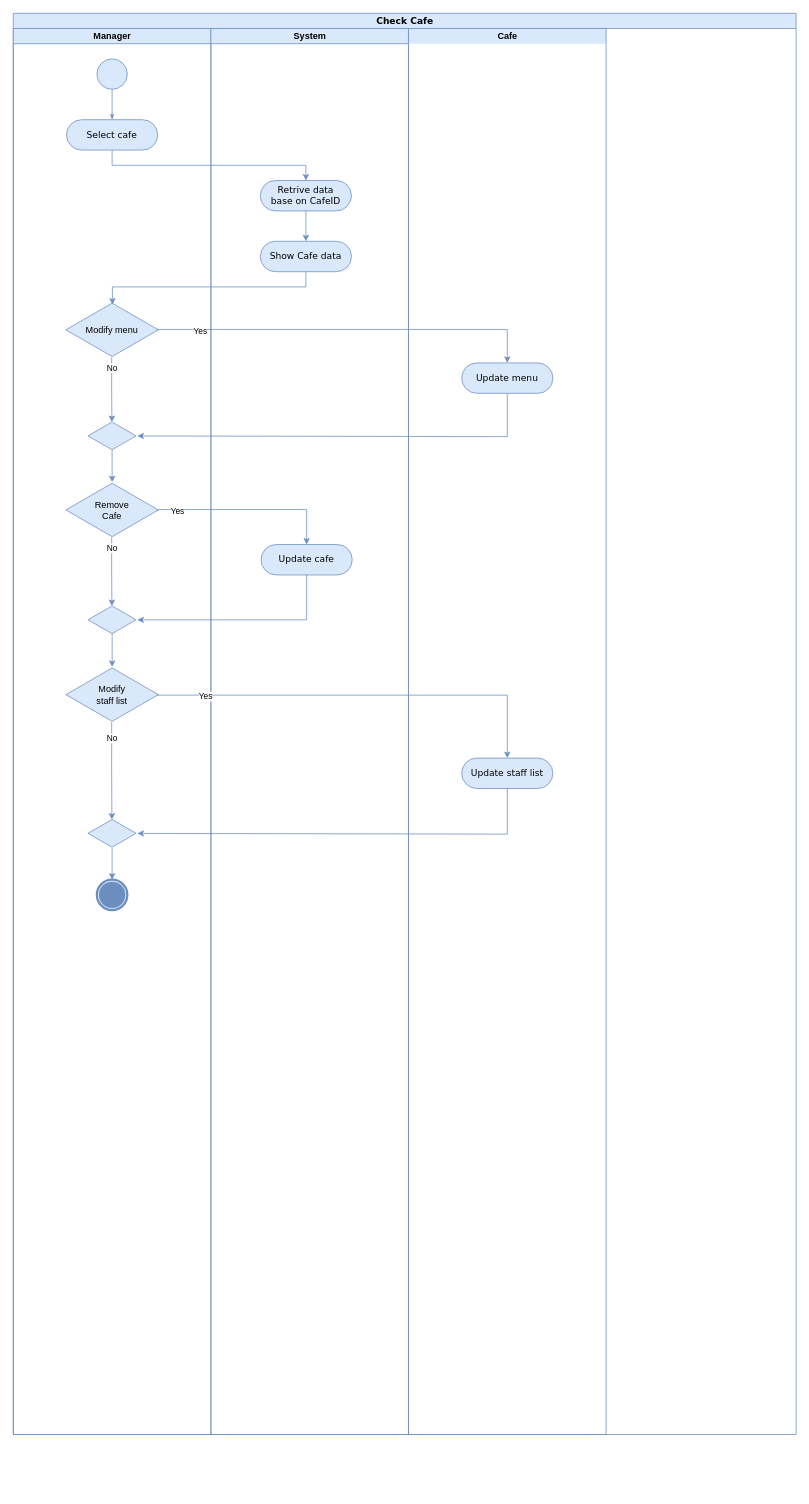
Above: page "CheckCafe" (5 of 6) of Diagrams/ActivityDiagram.drawio in Abcdavid00/Cafe-Management-Application (draw.io), before the change. Source tidied: cells renumbered, new cells numbered last; positions are measured from the earlier drawing's top-left corner, leaving out a move shared by most shapes. Both pictures are drawn from the tidied source at 76%, with x=0, y=0 at pixel (13, 13).
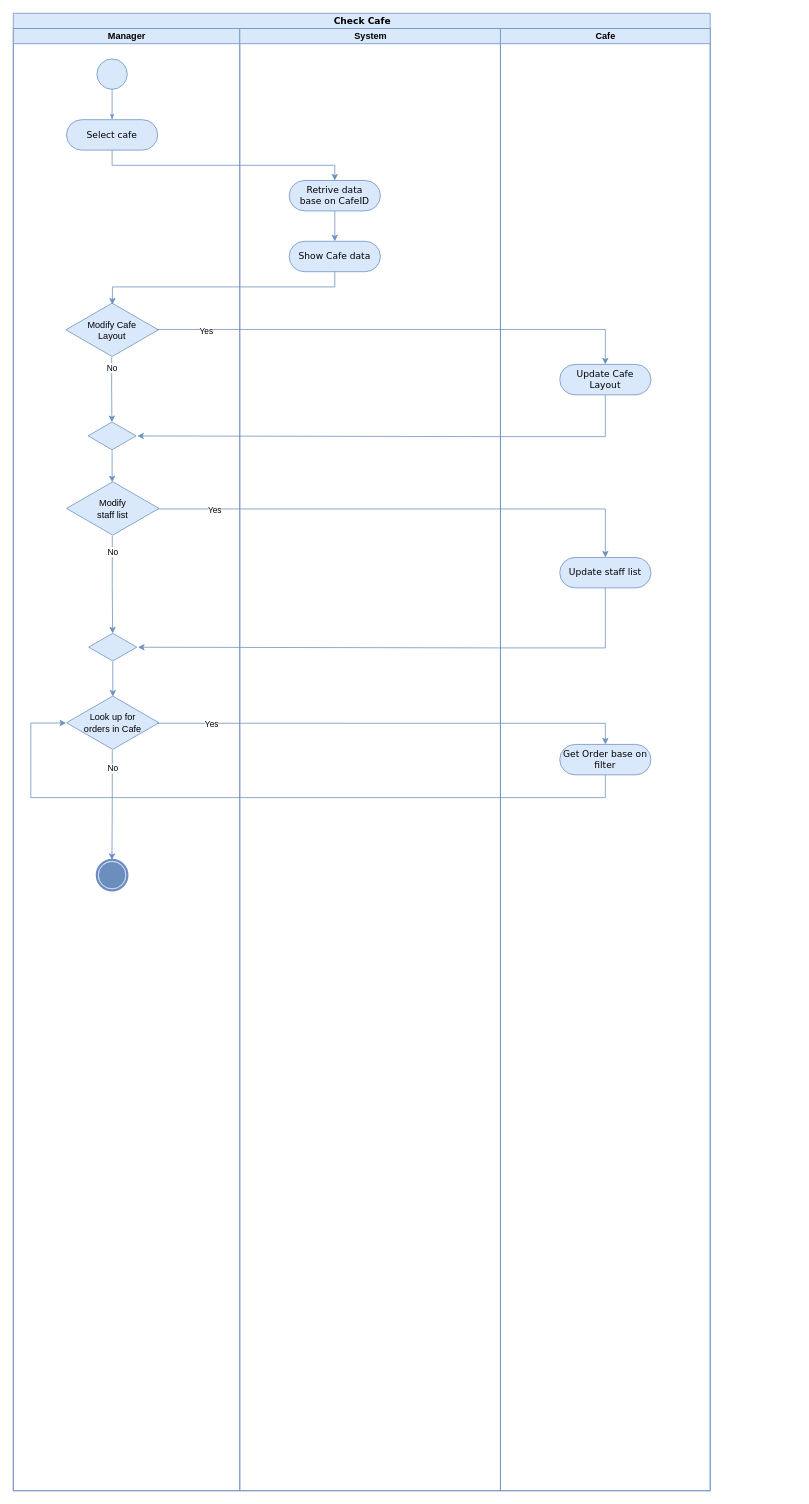
Above is the later version.

Unchanged cells that the change refers to:
```xml
<mxCell id="8" style="html=1;whiteSpace=wrap;shape=isoRectangle;fillColor=#dae8fc;strokeColor=#6c8ebf;" parent="3" vertex="1">
  <mxGeometry x="98.3" y="517" width="63.3" height="38" as="geometry" />
</mxCell>
<mxCell id="32" style="edgeStyle=orthogonalEdgeStyle;rounded=0;jettySize=auto;html=1;exitX=0.985;exitY=0.509;exitDx=0;exitDy=0;exitPerimeter=0;entryX=0.5;entryY=0;entryDx=0;entryDy=0;fillColor=#dae8fc;strokeColor=#6c8ebf;" parent="2" edge="1" source="7" target="29">
  <mxGeometry relative="1" as="geometry">
    <Array as="points">
      <mxPoint x="439" y="416" />
      <mxPoint x="900" y="416" />
    </Array>
  </mxGeometry>
</mxCell>
```

What changed in the source:
```diff
@@
     <mxCell id="2" value="Check Cafe" style="swimlane;html=1;startSize=20;rounded=0;shadow=0;comic=0;labelBackgroundColor=none;strokeWidth=1;fontFamily=Verdana;fontSize=12;align=center;fillColor=#dae8fc;strokeColor=#6c8ebf;" parent="1" vertex="1">
-      <mxGeometry width="1030" height="1870" as="geometry" />
+      <mxGeometry width="917" height="1944" as="geometry" />
     </mxCell>
+    <mxCell id="39" style="edgeStyle=orthogonalEdgeStyle;rounded=0;jettySize=auto;html=1;exitX=0.985;exitY=0.509;exitDx=0;exitDy=0;exitPerimeter=0;entryX=0.5;entryY=0;entryDx=0;entryDy=0;fillColor=#dae8fc;strokeColor=#6c8ebf;" parent="2" edge="1" source="17" target="30">
+      <mxGeometry relative="1" as="geometry">
+        <Array as="points">
+          <mxPoint x="779" y="652" />
+        </Array>
+      </mxGeometry>
+    </mxCell>
+    <mxCell id="40" value="Yes" style="edgeLabel;html=1;align=center;verticalAlign=middle;" parent="39" vertex="1">
+      <mxGeometry x="-0.77" y="-1" relative="1" as="geometry" />
+    </mxCell>
     <mxCell id="3" value="Manager" style="swimlane;html=1;startSize=20;fillColor=#dae8fc;strokeColor=#6c8ebf;" parent="2" vertex="1">
-      <mxGeometry y="20" width="260" height="1850" as="geometry" />
+      <mxGeometry y="20" width="298" height="1924" as="geometry" />
     </mxCell>
@@
-    <mxCell id="7" value="Modify menu" style="html=1;whiteSpace=wrap;shape=isoRectangle;fillColor=#dae8fc;strokeColor=#6c8ebf;" parent="3" vertex="1">
+    <mxCell id="7" value="Modify Cafe&lt;br&gt;Layout" style="html=1;whiteSpace=wrap;shape=isoRectangle;fillColor=#dae8fc;strokeColor=#6c8ebf;" parent="3" vertex="1">
       <mxGeometry x="69.2" y="360" width="121.7" height="73" as="geometry" />
     </mxCell>
@@
-    <mxCell id="11" style="edgeStyle=orthogonalEdgeStyle;rounded=0;jettySize=auto;html=1;fillColor=#dae8fc;strokeColor=#6c8ebf;" parent="3" edge="1" source="8" target="12">
-      <mxGeometry relative="1" as="geometry" />
+    <mxCell id="11" style="edgeStyle=orthogonalEdgeStyle;rounded=0;jettySize=auto;html=1;fillColor=#dae8fc;strokeColor=#6c8ebf;" parent="3" edge="1" source="8">
+      <mxGeometry relative="1" as="geometry">
+        <mxPoint x="130.1" y="597" as="targetPoint" />
+      </mxGeometry>
     </mxCell>
-    <mxCell id="12" value="Remove&lt;br&gt;Cafe" style="html=1;whiteSpace=wrap;shape=isoRectangle;fillColor=#dae8fc;strokeColor=#6c8ebf;" parent="3" vertex="1">
-      <mxGeometry x="69.2" y="597" width="121.7" height="73" as="geometry" />
-    </mxCell>
-    <mxCell id="13" style="html=1;whiteSpace=wrap;shape=isoRectangle;fillColor=#dae8fc;strokeColor=#6c8ebf;" parent="3" vertex="1">
-      <mxGeometry x="98.3" y="759" width="63.3" height="38" as="geometry" />
-    </mxCell>
-    <mxCell id="14" style="edgeStyle=orthogonalEdgeStyle;rounded=0;jettySize=auto;html=1;exitX=0.495;exitY=0.996;exitDx=0;exitDy=0;entryX=0.497;entryY=0.023;entryDx=0;entryDy=0;entryPerimeter=0;exitPerimeter=0;fillColor=#dae8fc;strokeColor=#6c8ebf;" parent="3" edge="1" source="12" target="13">
-      <mxGeometry relative="1" as="geometry" />
-    </mxCell>
-    <mxCell id="15" value="No" style="edgeLabel;html=1;align=center;verticalAlign=middle;" parent="14" vertex="1">
-      <mxGeometry x="-0.66" relative="1" as="geometry">
-        <mxPoint y="-1" as="offset" />
-      </mxGeometry>
-    </mxCell>
-    <mxCell id="16" style="edgeStyle=orthogonalEdgeStyle;rounded=0;jettySize=auto;html=1;exitX=0.502;exitY=0.963;exitDx=0;exitDy=0;exitPerimeter=0;entryX=0.5;entryY=0;entryDx=0;entryDy=0;entryPerimeter=0;fillColor=#dae8fc;strokeColor=#6c8ebf;" parent="3" edge="1" source="13" target="17">
-      <mxGeometry relative="1" as="geometry" />
-    </mxCell>
     <mxCell id="17" value="Modify&lt;br&gt;staff list" style="html=1;whiteSpace=wrap;shape=isoRectangle;fillColor=#dae8fc;strokeColor=#6c8ebf;" parent="3" vertex="1">
-      <mxGeometry x="69.2" y="840" width="121.7" height="73" as="geometry" />
+      <mxGeometry x="70" y="595" width="121.7" height="73" as="geometry" />
     </mxCell>
     <mxCell id="18" style="html=1;whiteSpace=wrap;shape=isoRectangle;fillColor=#dae8fc;strokeColor=#6c8ebf;" parent="3" vertex="1">
-      <mxGeometry x="98.3" y="1040" width="63.3" height="38" as="geometry" />
+      <mxGeometry x="99.2" y="795" width="63.3" height="38" as="geometry" />
     </mxCell>
@@
-    <mxCell id="21" style="edgeStyle=orthogonalEdgeStyle;rounded=0;jettySize=auto;html=1;entryX=0.5;entryY=0;entryDx=0;entryDy=0;fillColor=#dae8fc;strokeColor=#6c8ebf;" parent="3" edge="1" source="18" target="22">
-      <mxGeometry relative="1" as="geometry" />
+    <mxCell id="21" style="edgeStyle=orthogonalEdgeStyle;rounded=0;jettySize=auto;html=1;fillColor=#dae8fc;strokeColor=#6c8ebf;" parent="3" edge="1" source="18">
+      <mxGeometry relative="1" as="geometry">
+        <mxPoint x="131" y="879" as="targetPoint" />
+        <Array as="points">
+          <mxPoint x="131" y="856" />
+          <mxPoint x="131" y="856" />
+        </Array>
+      </mxGeometry>
     </mxCell>
-    <mxCell id="22" style="shape=mxgraph.bpmn.shape;html=1;verticalLabelPosition=bottom;labelBackgroundColor=#ffffff;verticalAlign=top;perimeter=ellipsePerimeter;outline=end;symbol=terminate;rounded=0;shadow=0;comic=0;strokeWidth=1;fontFamily=Verdana;fontSize=12;align=center;fillColor=#dae8fc;strokeColor=#6c8ebf;" parent="3" vertex="1">
-      <mxGeometry x="110" y="1120" width="40" height="40" as="geometry" />
-    </mxCell>
+    <mxCell id="42" value="Look up for&lt;br&gt;orders in Cafe" style="html=1;whiteSpace=wrap;shape=isoRectangle;fillColor=#dae8fc;strokeColor=#6c8ebf;" parent="3" vertex="1">
+      <mxGeometry x="70" y="877" width="121.7" height="73" as="geometry" />
+    </mxCell>
+    <mxCell id="43" style="edgeStyle=orthogonalEdgeStyle;rounded=0;jettySize=auto;html=1;exitX=0.495;exitY=0.996;exitDx=0;exitDy=0;entryX=0.497;entryY=0.023;entryDx=0;entryDy=0;entryPerimeter=0;exitPerimeter=0;fillColor=#dae8fc;strokeColor=#6c8ebf;" parent="3" edge="1" source="42">
+      <mxGeometry relative="1" as="geometry">
+        <mxPoint x="129.8" y="1093.9" as="targetPoint" />
+      </mxGeometry>
+    </mxCell>
+    <mxCell id="15" value="No" style="edgeLabel;html=1;align=center;verticalAlign=middle;" parent="43" vertex="1">
+      <mxGeometry x="-0.66" relative="1" as="geometry">
+        <mxPoint y="-1" as="offset" />
+      </mxGeometry>
+    </mxCell>
+    <mxCell id="44" style="shape=mxgraph.bpmn.shape;html=1;verticalLabelPosition=bottom;labelBackgroundColor=#ffffff;verticalAlign=top;perimeter=ellipsePerimeter;outline=end;symbol=terminate;rounded=0;shadow=0;comic=0;strokeWidth=1;fontFamily=Verdana;fontSize=12;align=center;fillColor=#dae8fc;strokeColor=#6c8ebf;" parent="3" vertex="1">
+      <mxGeometry x="110" y="1094" width="40" height="40" as="geometry" />
+    </mxCell>
+    <mxCell id="41" style="edgeStyle=orthogonalEdgeStyle;rounded=0;jettySize=auto;html=1;entryX=1.025;entryY=0.503;entryDx=0;entryDy=0;entryPerimeter=0;exitX=0.5;exitY=1;exitDx=0;exitDy=0;fillColor=#dae8fc;strokeColor=#6c8ebf;" parent="2" edge="1" source="30" target="18">
+      <mxGeometry relative="1" as="geometry">
+        <Array as="points">
+          <mxPoint x="636.8" y="835" />
+          <mxPoint x="413.8" y="835" />
+        </Array>
+      </mxGeometry>
+    </mxCell>
     <mxCell id="23" value="System" style="swimlane;html=1;startSize=20;direction=east;fillColor=#dae8fc;strokeColor=#6c8ebf;" parent="2" vertex="1">
-      <mxGeometry x="260" y="20" width="260" height="1850" as="geometry" />
+      <mxGeometry x="298" y="20" width="343" height="1924" as="geometry" />
     </mxCell>
@@
-    <mxCell id="27" value="Update cafe" style="rounded=1;whiteSpace=wrap;html=1;shadow=0;comic=0;labelBackgroundColor=none;strokeWidth=1;fontFamily=Verdana;fontSize=12;align=center;arcSize=50;fillColor=#dae8fc;strokeColor=#6c8ebf;" parent="23" vertex="1">
-      <mxGeometry x="66" y="679" width="120" height="40" as="geometry" />
-    </mxCell>
-    <mxCell id="28" value="Cafe" style="swimlane;html=1;startSize=20;direction=east;swimlaneLine=0;fillColor=#dae8fc;strokeColor=#6c8ebf;" parent="2" vertex="1">
-      <mxGeometry x="520" y="20" width="260" height="1850" as="geometry" />
-    </mxCell>
-    <mxCell id="29" value="Update menu" style="rounded=1;whiteSpace=wrap;html=1;shadow=0;comic=0;labelBackgroundColor=none;strokeWidth=1;fontFamily=Verdana;fontSize=12;align=center;arcSize=50;fillColor=#dae8fc;strokeColor=#6c8ebf;" parent="28" vertex="1">
-      <mxGeometry x="70" y="440" width="120" height="40" as="geometry" />
-    </mxCell>
-    <mxCell id="30" value="Update staff list" style="rounded=1;whiteSpace=wrap;html=1;shadow=0;comic=0;labelBackgroundColor=none;strokeWidth=1;fontFamily=Verdana;fontSize=12;align=center;arcSize=50;fillColor=#dae8fc;strokeColor=#6c8ebf;" parent="28" vertex="1">
-      <mxGeometry x="70" y="960" width="120" height="40" as="geometry" />
-    </mxCell>
@@
     <mxCell id="33" value="Yes" style="edgeLabel;html=1;align=center;verticalAlign=middle;" parent="32" vertex="1">
-      <mxGeometry x="-0.77" y="-1" relative="1" as="geometry" />
+      <mxGeometry x="-0.77" y="-1" relative="1" as="geometry">
+        <mxPoint x="-7" as="offset" />
+      </mxGeometry>
     </mxCell>
@@
-    <mxCell id="36" style="edgeStyle=orthogonalEdgeStyle;rounded=0;jettySize=auto;html=1;exitX=0.985;exitY=0.509;exitDx=0;exitDy=0;exitPerimeter=0;entryX=0.5;entryY=0;entryDx=0;entryDy=0;fillColor=#dae8fc;strokeColor=#6c8ebf;" parent="2" edge="1" source="12" target="27">
-      <mxGeometry relative="1" as="geometry">
-        <Array as="points">
-          <mxPoint x="189" y="653" />
-          <mxPoint x="386" y="653" />
-        </Array>
-      </mxGeometry>
-    </mxCell>
+    <mxCell id="45" style="edgeStyle=orthogonalEdgeStyle;rounded=0;jettySize=auto;html=1;exitX=0.985;exitY=0.509;exitDx=0;exitDy=0;exitPerimeter=0;entryX=0.5;entryY=0;entryDx=0;entryDy=0;fillColor=#dae8fc;strokeColor=#6c8ebf;" parent="2" edge="1" source="42" target="47">
+      <mxGeometry relative="1" as="geometry">
+        <Array as="points">
+          <mxPoint x="779" y="934" />
+        </Array>
+      </mxGeometry>
+    </mxCell>
-    <mxCell id="37" value="Yes" style="edgeLabel;html=1;align=center;verticalAlign=middle;" parent="36" vertex="1">
+    <mxCell id="37" value="Yes" style="edgeLabel;html=1;align=center;verticalAlign=middle;" parent="45" vertex="1">
       <mxGeometry x="-0.77" y="-1" relative="1" as="geometry" />
     </mxCell>
-    <mxCell id="38" style="edgeStyle=orthogonalEdgeStyle;rounded=0;jettySize=auto;html=1;entryX=1.025;entryY=0.503;entryDx=0;entryDy=0;entryPerimeter=0;exitX=0.5;exitY=1;exitDx=0;exitDy=0;fillColor=#dae8fc;strokeColor=#6c8ebf;" parent="2" edge="1" source="27" target="13">
-      <mxGeometry relative="1" as="geometry">
-        <Array as="points">
-          <mxPoint x="386" y="798" />
-        </Array>
-      </mxGeometry>
-    </mxCell>
-    <mxCell id="39" style="edgeStyle=orthogonalEdgeStyle;rounded=0;jettySize=auto;html=1;exitX=0.985;exitY=0.509;exitDx=0;exitDy=0;exitPerimeter=0;entryX=0.5;entryY=0;entryDx=0;entryDy=0;fillColor=#dae8fc;strokeColor=#6c8ebf;" parent="2" edge="1" source="17" target="30">
-      <mxGeometry relative="1" as="geometry">
-        <Array as="points">
-          <mxPoint x="650" y="897" />
-        </Array>
-      </mxGeometry>
-    </mxCell>
-    <mxCell id="40" value="Yes" style="edgeLabel;html=1;align=center;verticalAlign=middle;" parent="39" vertex="1">
-      <mxGeometry x="-0.77" y="-1" relative="1" as="geometry" />
-    </mxCell>
-    <mxCell id="41" style="edgeStyle=orthogonalEdgeStyle;rounded=0;jettySize=auto;html=1;entryX=1.025;entryY=0.503;entryDx=0;entryDy=0;entryPerimeter=0;exitX=0.5;exitY=1;exitDx=0;exitDy=0;fillColor=#dae8fc;strokeColor=#6c8ebf;" parent="2" edge="1" source="30" target="18">
-      <mxGeometry relative="1" as="geometry">
-        <Array as="points">
-          <mxPoint x="636" y="1080" />
-          <mxPoint x="413" y="1080" />
-        </Array>
-      </mxGeometry>
-    </mxCell>
+    <mxCell id="46" style="edgeStyle=orthogonalEdgeStyle;rounded=0;jettySize=auto;html=1;entryX=-0.004;entryY=0.505;entryDx=0;entryDy=0;entryPerimeter=0;exitX=0.5;exitY=1;exitDx=0;exitDy=0;fillColor=#dae8fc;strokeColor=#6c8ebf;" parent="2" edge="1" source="47" target="42">
+      <mxGeometry relative="1" as="geometry">
+        <Array as="points">
+          <mxPoint x="779" y="1032" />
+          <mxPoint x="23" y="1032" />
+          <mxPoint x="23" y="933" />
+          <mxPoint x="70" y="933" />
+        </Array>
+      </mxGeometry>
+    </mxCell>
+    <mxCell id="28" value="Cafe" style="swimlane;html=1;startSize=20;direction=east;fillColor=#dae8fc;strokeColor=#6c8ebf;" parent="2" vertex="1">
+      <mxGeometry x="641" y="20" width="276" height="1924" as="geometry" />
+    </mxCell>
+    <mxCell id="29" value="Update Cafe Layout" style="rounded=1;whiteSpace=wrap;html=1;shadow=0;comic=0;labelBackgroundColor=none;strokeWidth=1;fontFamily=Verdana;fontSize=12;align=center;arcSize=50;fillColor=#dae8fc;strokeColor=#6c8ebf;" parent="28" vertex="1">
+      <mxGeometry x="78" y="442" width="120" height="40" as="geometry" />
+    </mxCell>
+    <mxCell id="30" value="Update staff list" style="rounded=1;whiteSpace=wrap;html=1;shadow=0;comic=0;labelBackgroundColor=none;strokeWidth=1;fontFamily=Verdana;fontSize=12;align=center;arcSize=50;fillColor=#dae8fc;strokeColor=#6c8ebf;" parent="28" vertex="1">
+      <mxGeometry x="78" y="696" width="120" height="40" as="geometry" />
+    </mxCell>
+    <mxCell id="47" value="Get Order base on filter" style="rounded=1;whiteSpace=wrap;html=1;shadow=0;comic=0;labelBackgroundColor=none;strokeWidth=1;fontFamily=Verdana;fontSize=12;align=center;arcSize=50;fillColor=#dae8fc;strokeColor=#6c8ebf;" parent="28" vertex="1">
+      <mxGeometry x="78" y="942" width="120" height="40" as="geometry" />
+    </mxCell>
```
